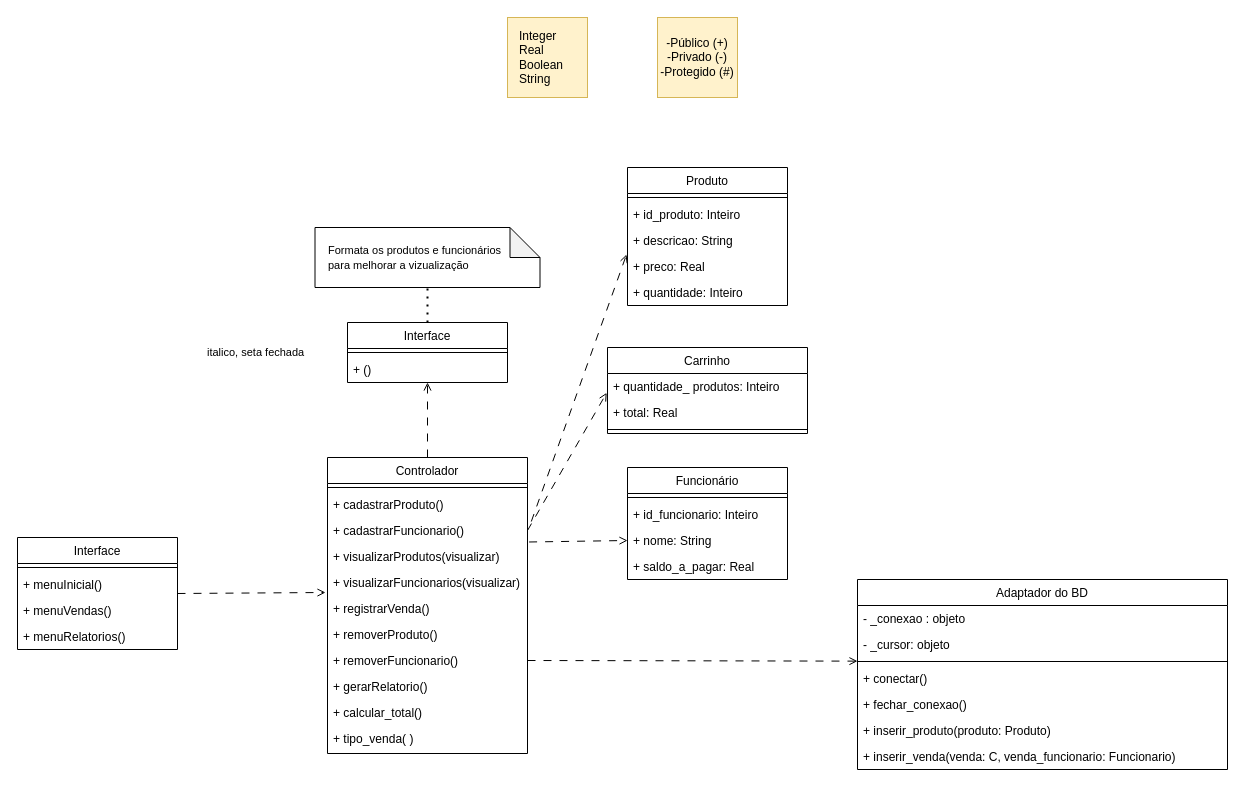
The draw.io diagram projeto com mvc.drawio in Pedrocs50/Projeto-Cantina, before the edit. Source tidied: cells renumbered, new cells numbered last; positions are measured from the earlier drawing's top-left corner, leaving out a move shared by most shapes. Both pictures are drawn from the tidied source at 100%, with x=0, y=0 at pixel (17, 17).
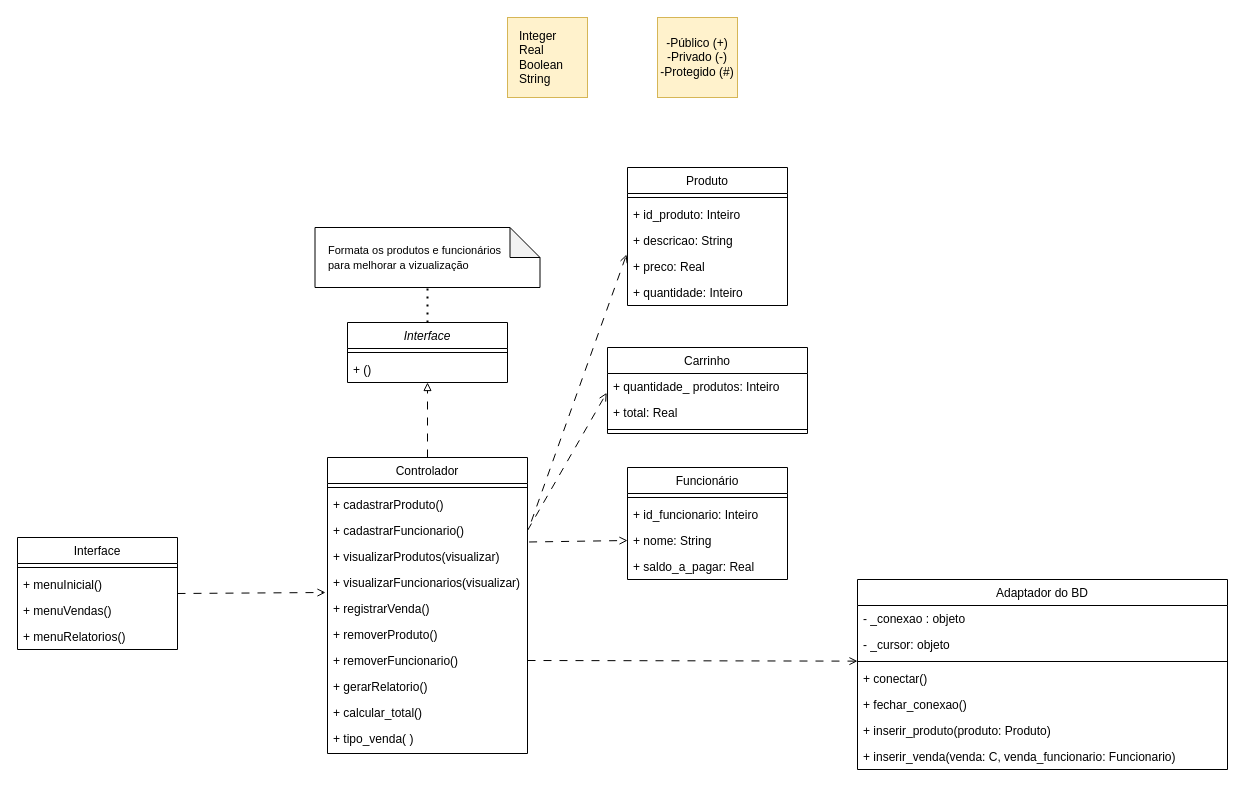
The same page after the edit.

The change refers to these unchanged cells:
```xml
<mxCell id="3" value="Controlador" style="swimlane;fontStyle=0;align=center;verticalAlign=top;horizontal=1;startSize=26;rounded=0;shadow=0;strokeWidth=1;" parent="1" vertex="1">
  <mxGeometry x="310" y="440" width="200" height="296" as="geometry" />
</mxCell>
```

Change to the diagram source:
```diff
@@
-    <mxCell id="46" value="Interface" style="swimlane;fontStyle=0;align=center;verticalAlign=top;horizontal=1;startSize=26;rounded=0;shadow=0;strokeWidth=1;" parent="1" vertex="1">
+    <mxCell id="46" value="Interface" style="swimlane;fontStyle=2;align=center;verticalAlign=top;horizontal=1;startSize=26;rounded=0;shadow=0;strokeWidth=1;" parent="1" vertex="1">
       <mxGeometry x="330" y="305" width="160" height="60" as="geometry" />
     </mxCell>
@@
-    <mxCell id="49" style="endArrow=open;html=1;rounded=0;dashed=1;endFill=0;dashPattern=8 8;exitX=0.5;exitY=0;exitDx=0;exitDy=0;entryX=0.5;entryY=1;entryDx=0;entryDy=0;" parent="1" edge="1" source="3" target="46">
+    <mxCell id="49" style="endArrow=block;html=1;rounded=0;dashed=1;endFill=0;dashPattern=8 8;exitX=0.5;exitY=0;exitDx=0;exitDy=0;entryX=0.5;entryY=1;entryDx=0;entryDy=0;" parent="1" edge="1" source="3" target="46">
       <mxGeometry relative="1" as="geometry" />
     </mxCell>
@@
-    <mxCell id="53" value="&lt;font style=&quot;font-size: 11px;&quot;&gt;italico, seta fechada&lt;/font&gt;" style="text;html=1;align=left;verticalAlign=middle;whiteSpace=wrap;rounded=0;" parent="1" vertex="1">
-      <mxGeometry x="187.5" y="305" width="110" height="60" as="geometry" />
-    </mxCell>
```
